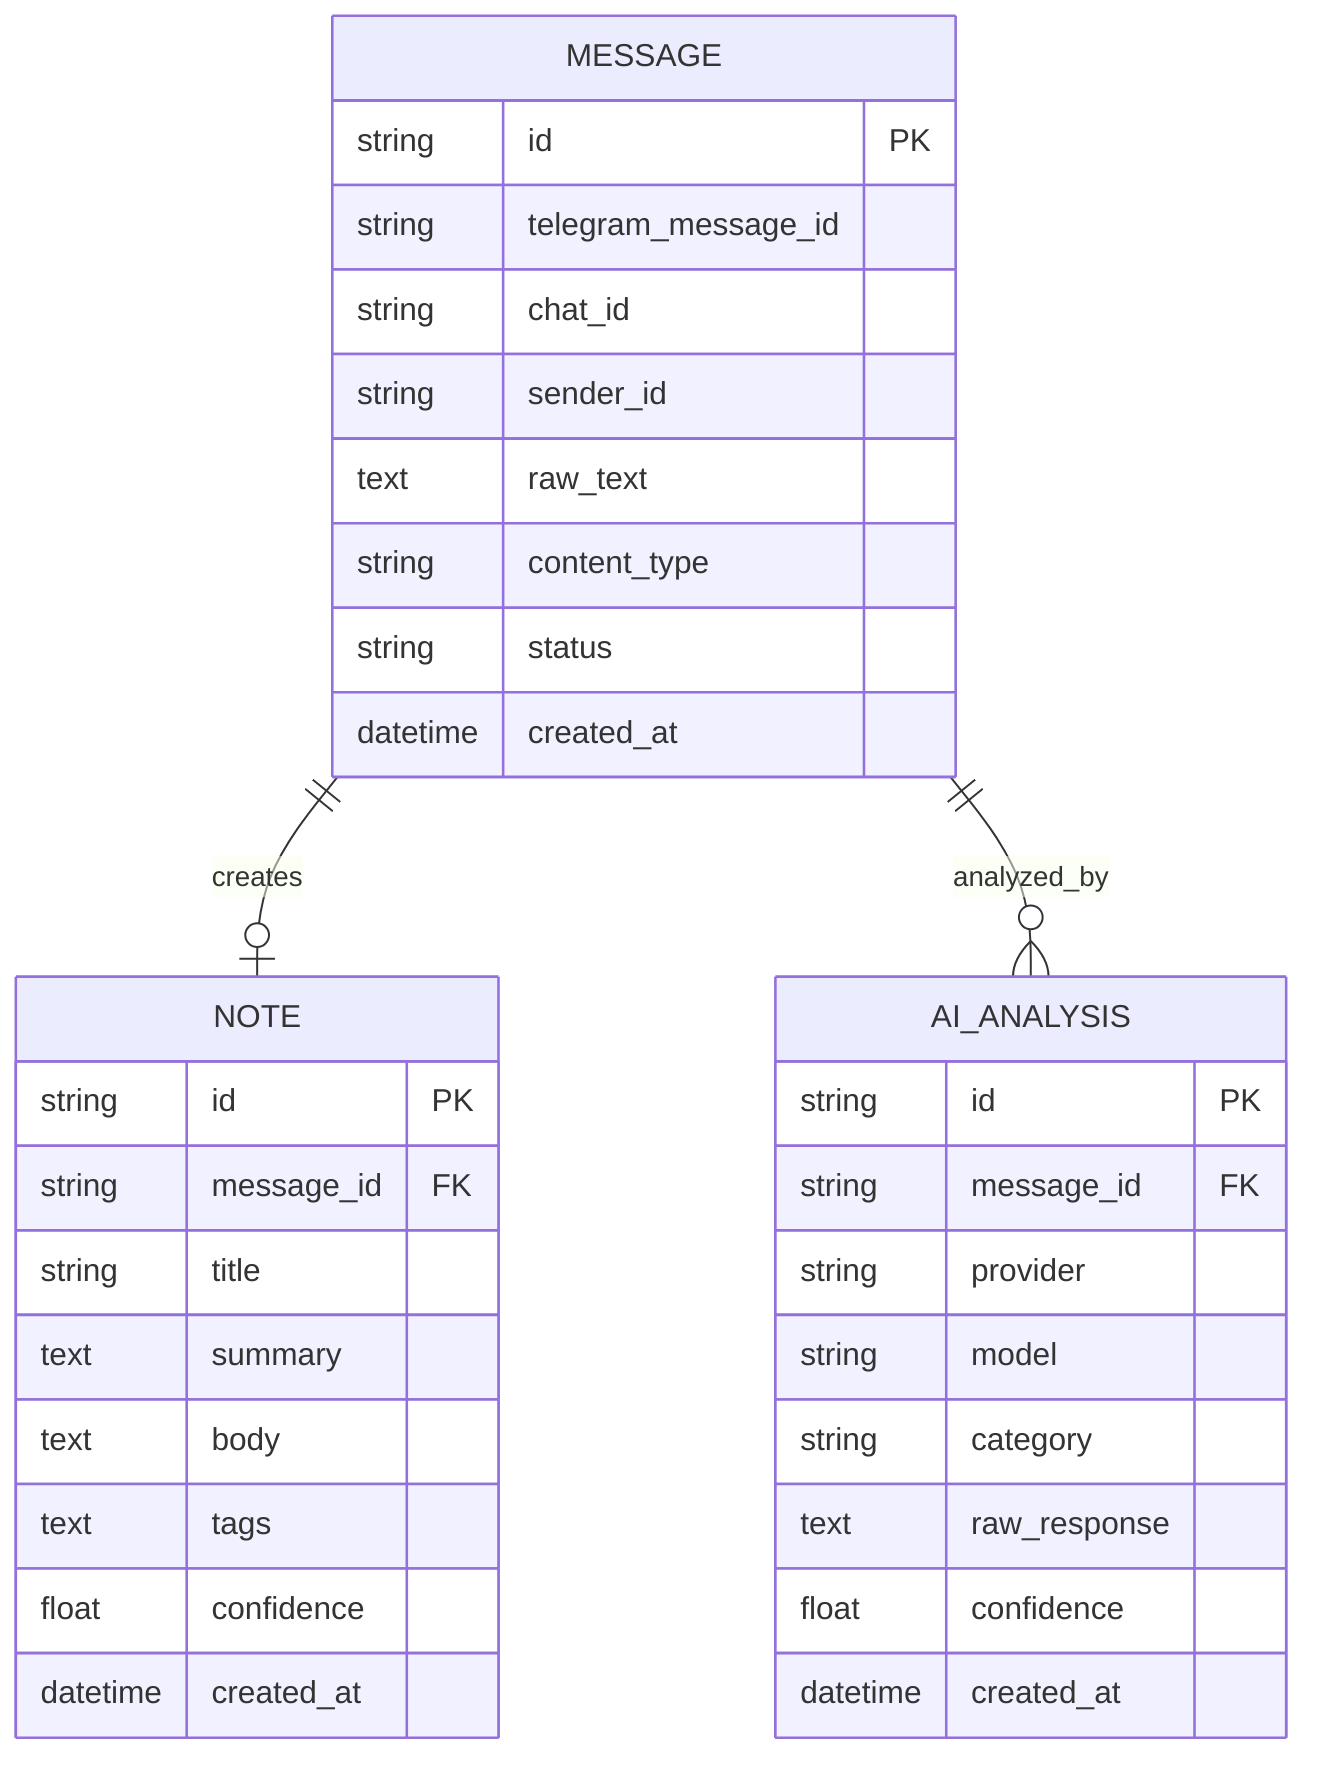
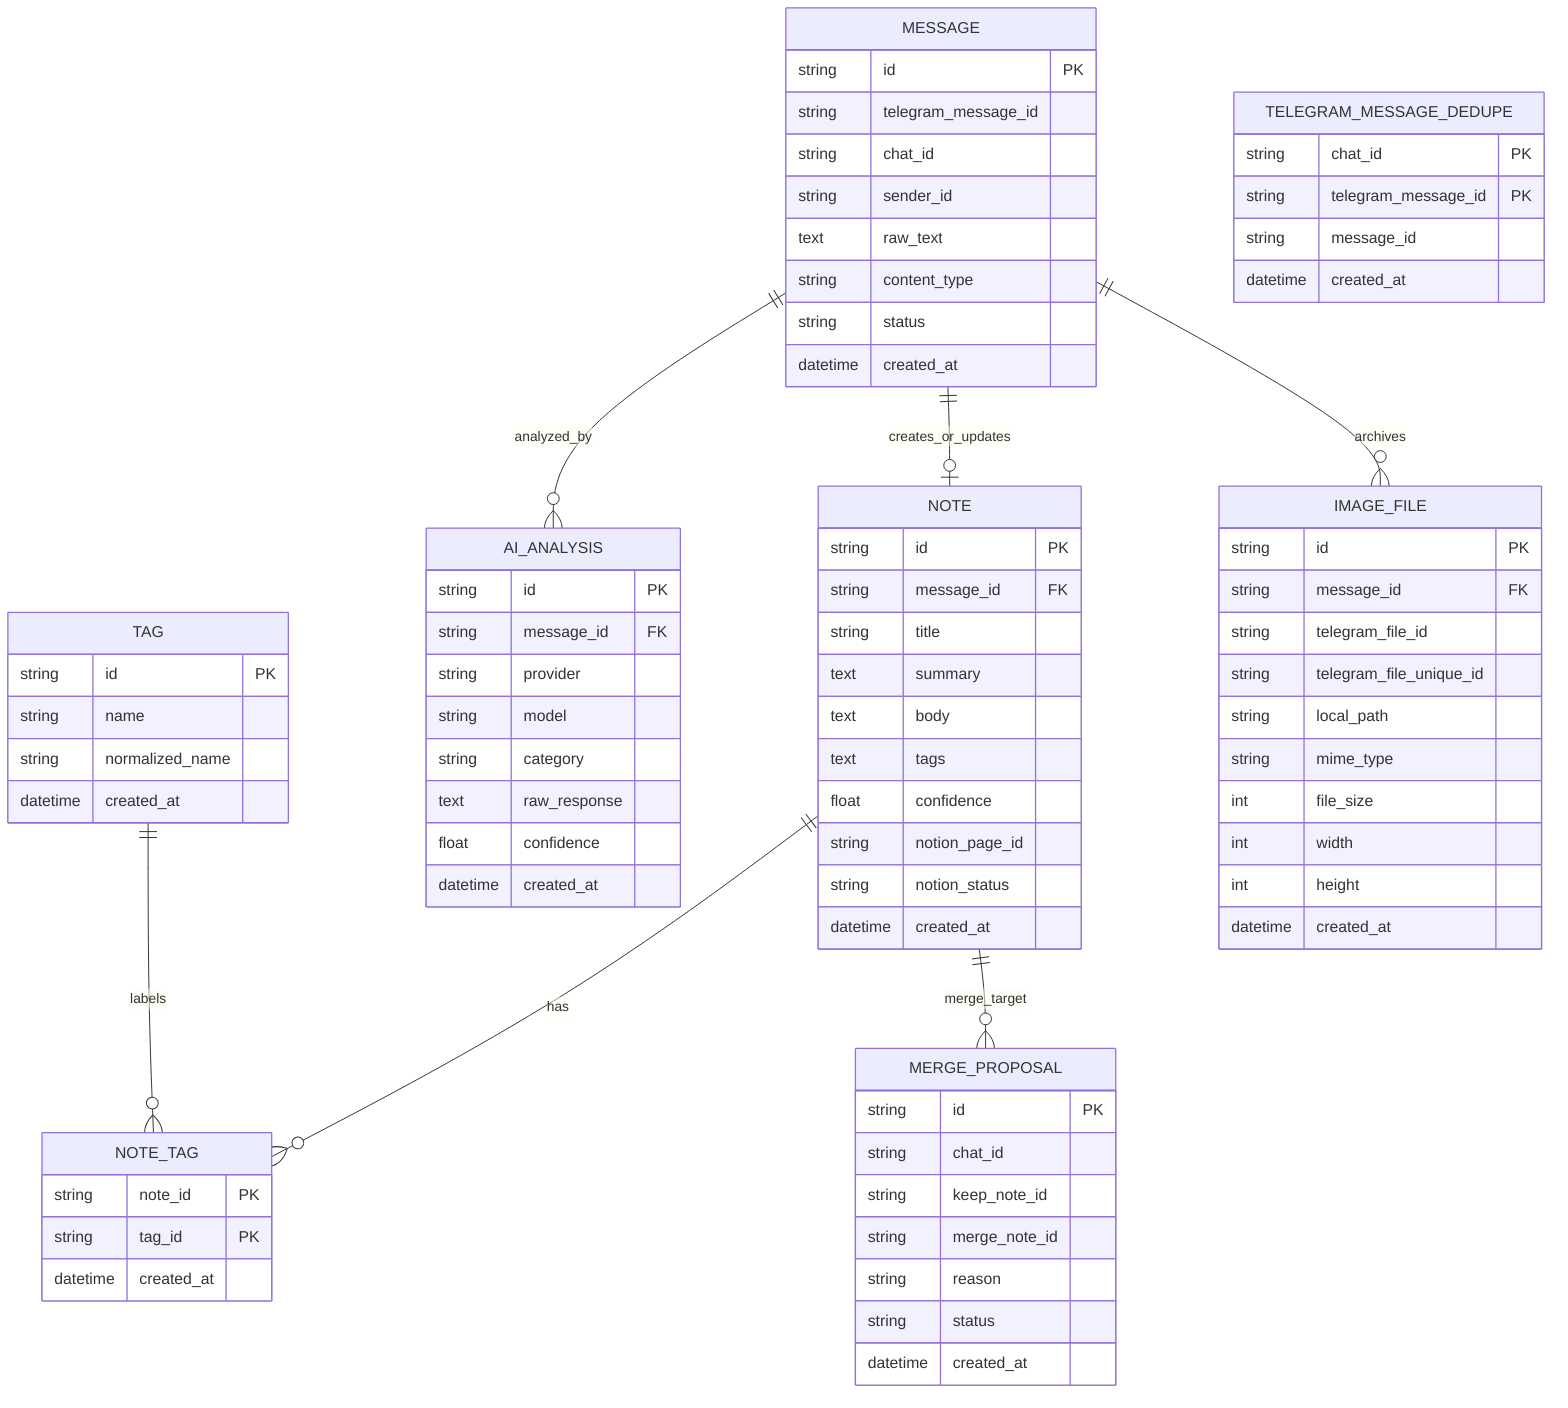
erDiagram
    MESSAGE {
        string id PK
        string telegram_message_id
        string chat_id
        string sender_id
        text raw_text
        string content_type
        string status
        datetime created_at
    }

+     TELEGRAM_MESSAGE_DEDUPE {
+         string chat_id PK
+         string telegram_message_id PK
+         string message_id
+         datetime created_at
+     }
+ 
    NOTE {
        string id PK
        string message_id FK
        string title
        text summary
        text body
        text tags
        float confidence
+         string notion_page_id
+         string notion_status
        datetime created_at
    }

    AI_ANALYSIS {
        string id PK
        string message_id FK
        string provider
        string model
        string category
        text raw_response
        float confidence
        datetime created_at
    }

-     MESSAGE ||--o| NOTE : creates
+     TAG {
+         string id PK
+         string name
+         string normalized_name
+         datetime created_at
+     }
+ 
+     NOTE_TAG {
+         string note_id PK
+         string tag_id PK
+         datetime created_at
+     }
+ 
+     IMAGE_FILE {
+         string id PK
+         string message_id FK
+         string telegram_file_id
+         string telegram_file_unique_id
+         string local_path
+         string mime_type
+         int file_size
+         int width
+         int height
+         datetime created_at
+     }
+ 
+     MERGE_PROPOSAL {
+         string id PK
+         string chat_id
+         string keep_note_id
+         string merge_note_id
+         string reason
+         string status
+         datetime created_at
+     }
+ 
+     MESSAGE ||--o| NOTE : creates_or_updates
    MESSAGE ||--o{ AI_ANALYSIS : analyzed_by
+     MESSAGE ||--o{ IMAGE_FILE : archives
+     NOTE ||--o{ NOTE_TAG : has
+     TAG ||--o{ NOTE_TAG : labels
+     NOTE ||--o{ MERGE_PROPOSAL : merge_target
